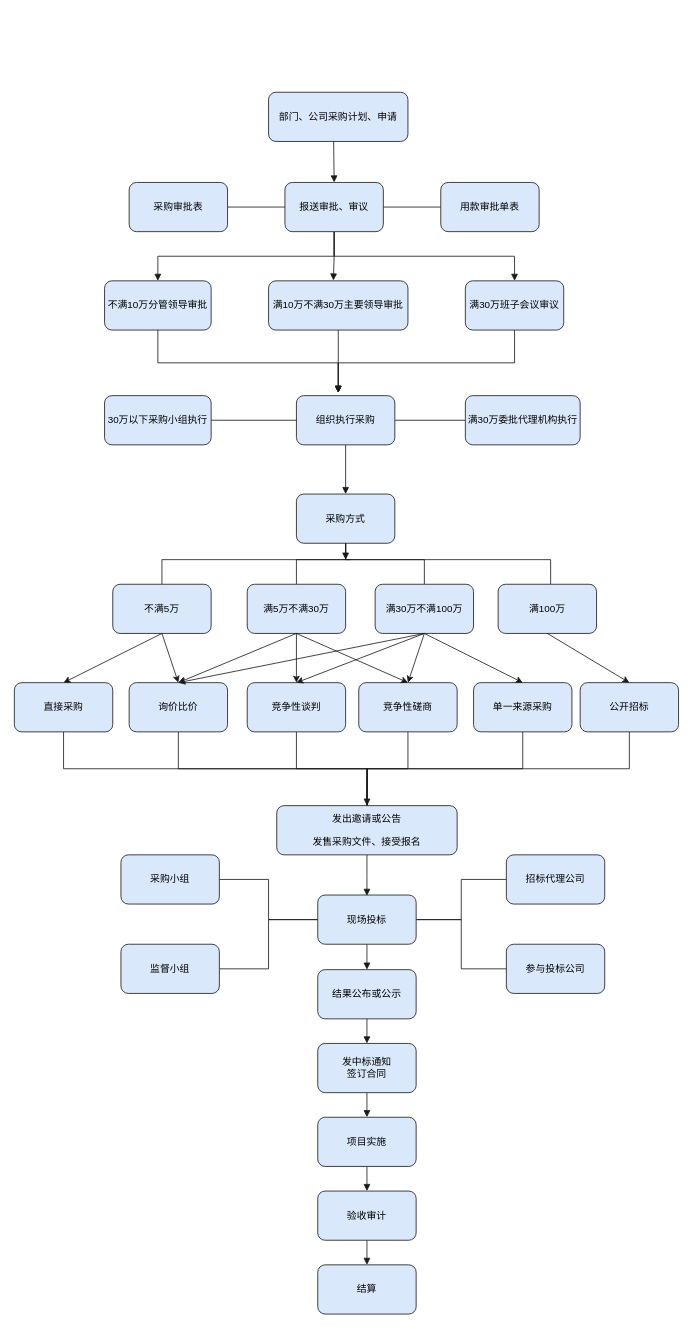
Earlier version of the draw.io diagram 采购流程图-吴荣.drawio (redcomet88/DRAW). Source tidied: cells renumbered, new cells numbered last; positions are measured from the earlier drawing's top-left corner, leaving out a move shared by most shapes. Both pictures are drawn from the tidied source at 82%, with x=0, y=0 at pixel (14, 92).
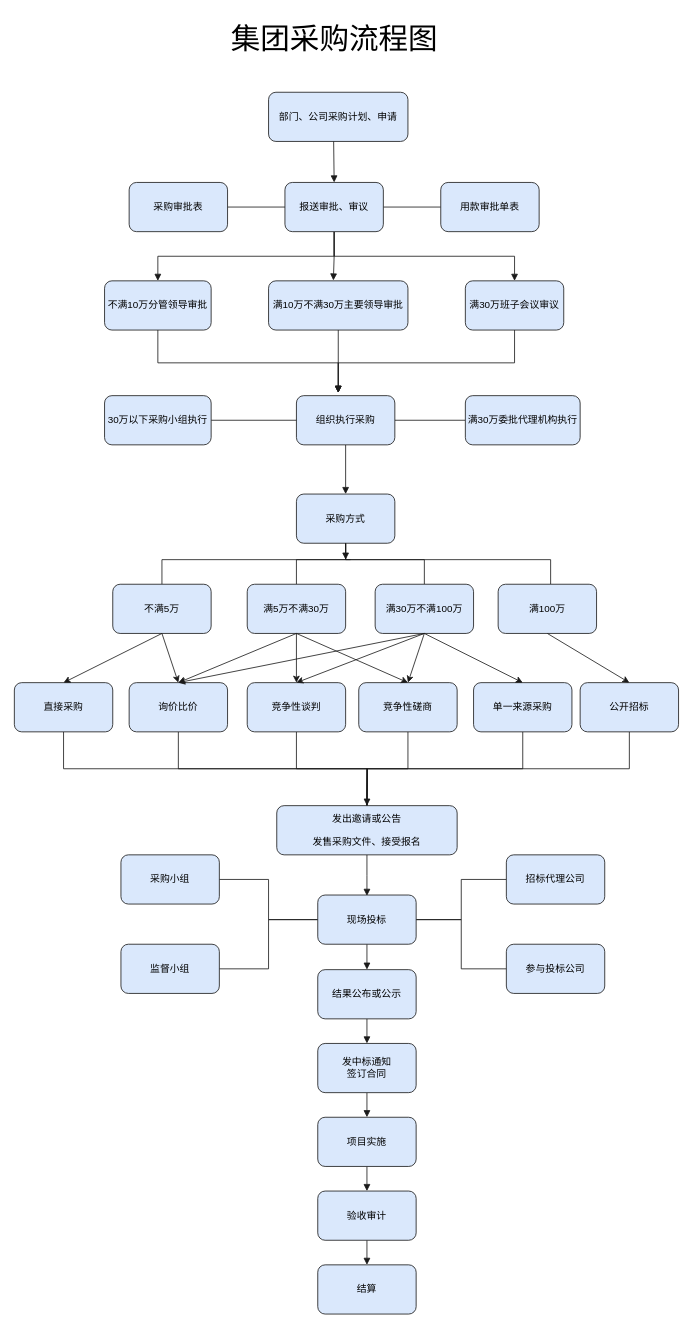
After the change.

Commit message (it also covers changes not shown here):
更新采购流程图-吴荣.drawio

Change to the diagram source:
```diff
@@
+    <mxCell id="77" value="&lt;font style=&quot;font-size: 36px;&quot;&gt;集团采购流程图&lt;/font&gt;" style="text;html=1;align=center;verticalAlign=middle;fillColor=none;strokeColor=none;rounded=0;" parent="1" vertex="1">
+      <mxGeometry x="250" y="-95" width="280" height="60" as="geometry" />
+    </mxCell>
```
